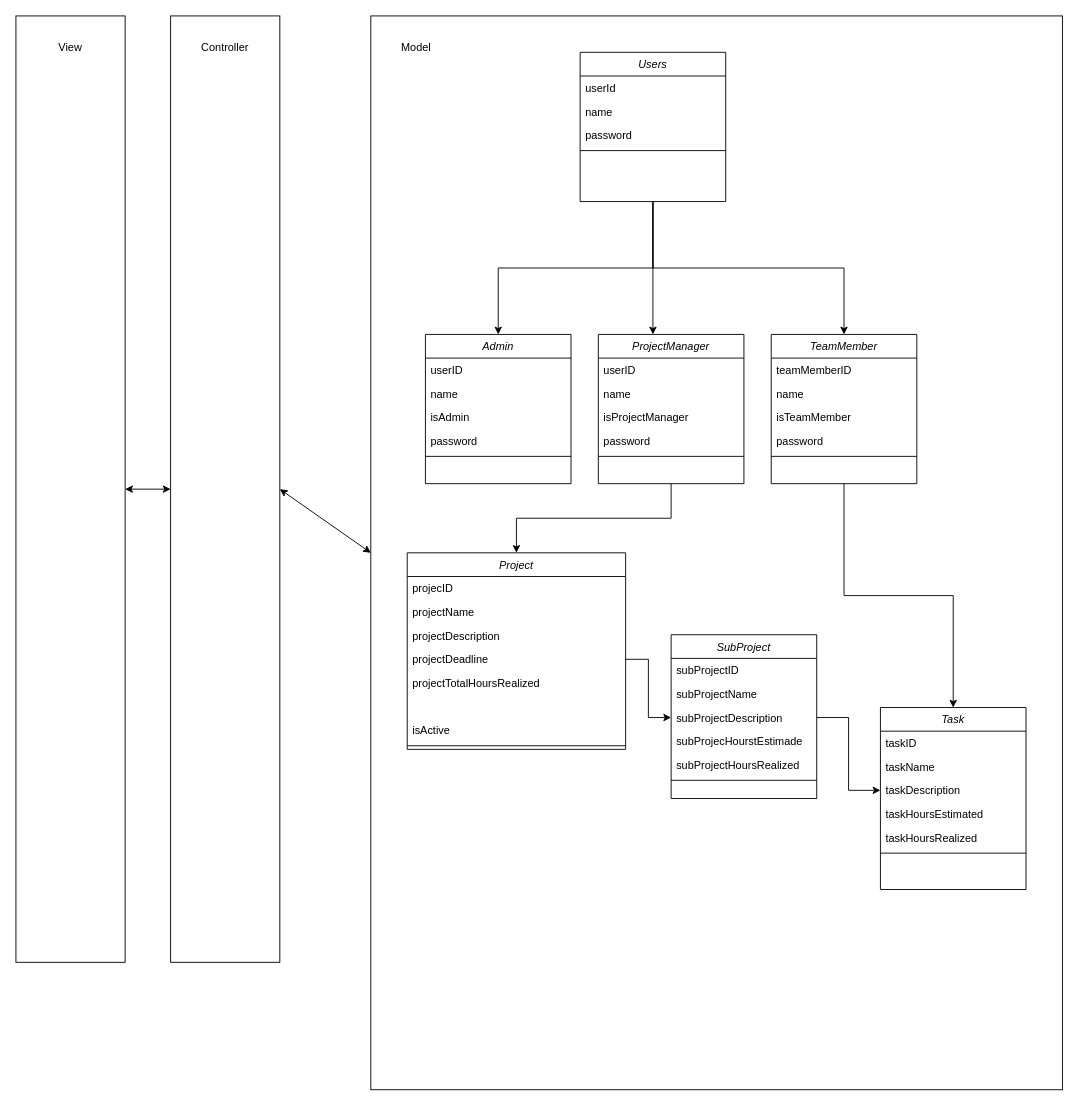
Above: docs/Domænemodel.drawio in danskode/EasyScope (draw.io), before the change. Source tidied: cells renumbered, new cells numbered last; positions are measured from the earlier drawing's top-left corner, leaving out a move shared by most shapes. Both pictures are drawn from the tidied source at 91%, with x=0, y=0 at pixel (15, 15).
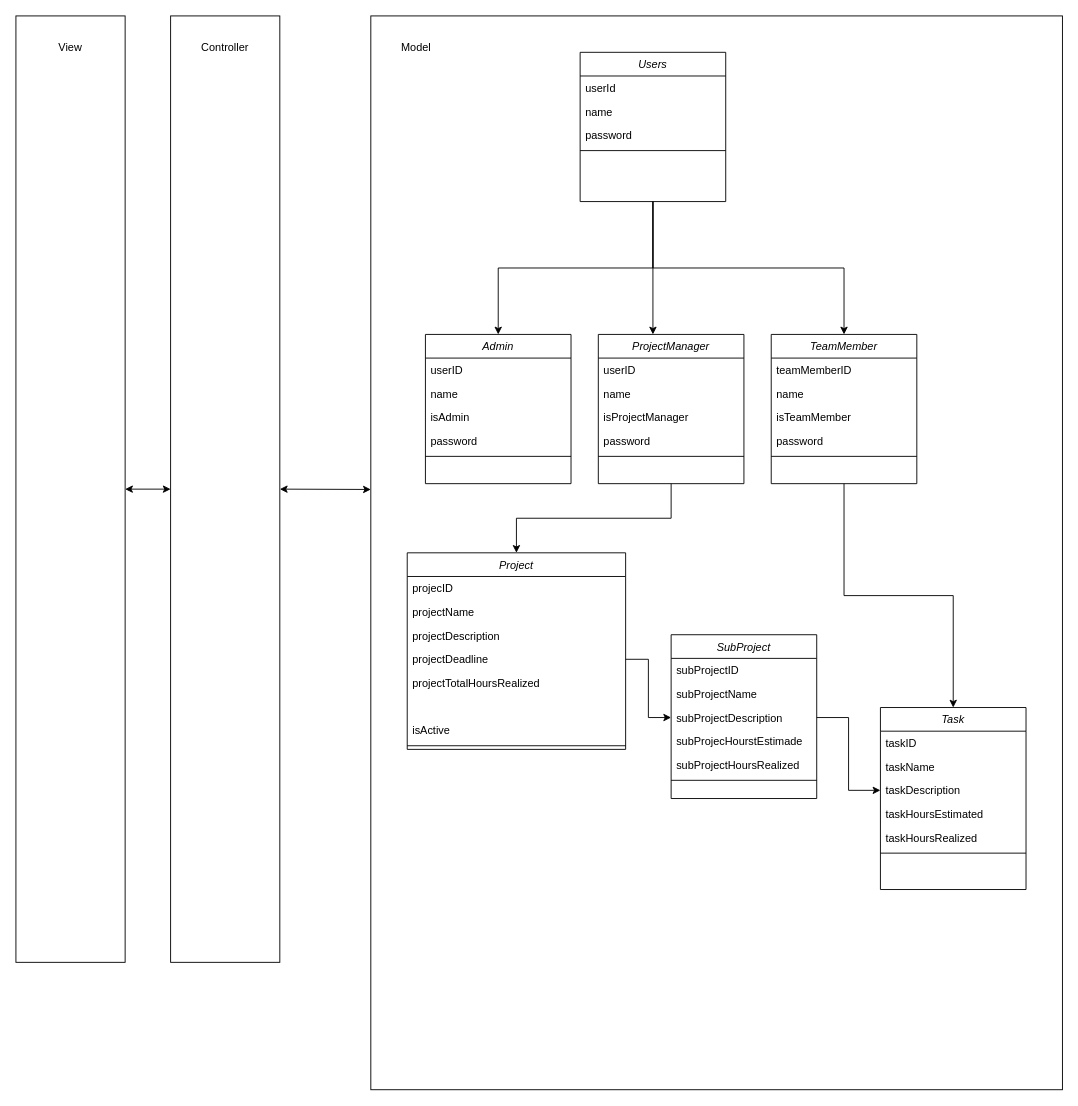
After the change.

Commit message:
Just corrected an arrow and testing push from my other pc.

Unchanged cells that the change refers to:
```xml
<mxCell id="2" style="rounded=0;whiteSpace=wrap;html=1;" parent="1" vertex="1">
  <mxGeometry x="390" width="760" height="1180" as="geometry" />
</mxCell>
<mxCell id="48" style="rounded=0;whiteSpace=wrap;html=1;" parent="1" vertex="1">
  <mxGeometry x="170" width="120" height="1040" as="geometry" />
</mxCell>
```

What changed in the source:
```diff
@@
-    <mxCell id="50" style="endArrow=classic;startArrow=classic;html=1;rounded=0;entryX=0;entryY=0.5;entryDx=0;entryDy=0;exitX=1;exitY=0.5;exitDx=0;exitDy=0;" parent="1" edge="1" source="48" target="2">
+    <mxCell id="50" style="endArrow=classic;startArrow=classic;html=1;rounded=0;entryX=0;entryY=0.441;entryDx=0;entryDy=0;exitX=1;exitY=0.5;exitDx=0;exitDy=0;entryPerimeter=0;" parent="1" edge="1" source="48" target="2">
       <mxGeometry relative="1" as="geometry" />
     </mxCell>
```
